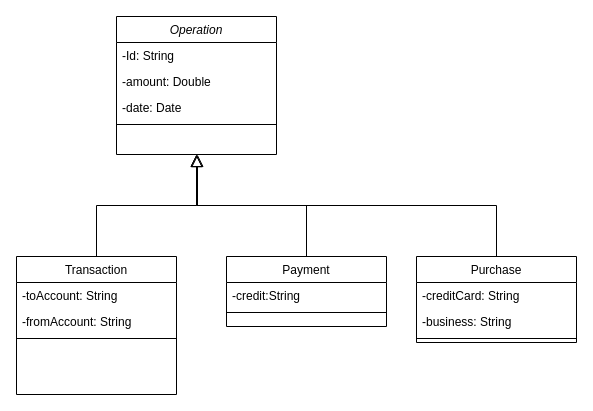
Earlier version of the draw.io diagram operations-service.drawio (DDMonzonUrrutia/bancking-diagrams). Source tidied: cells renumbered, new cells numbered last; positions are measured from the earlier drawing's top-left corner, leaving out a move shared by most shapes. Both pictures are drawn from the tidied source at 100%, with x=0, y=0 at pixel (16, 16).
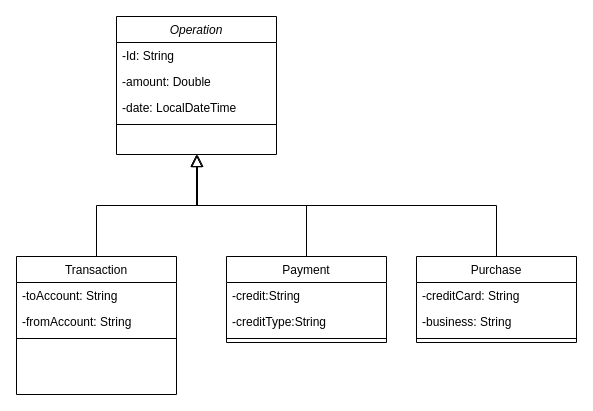
The same page after the edit.

Unchanged cells that the change refers to:
```xml
<mxCell id="2" value="Operation" style="swimlane;fontStyle=2;align=center;verticalAlign=top;horizontal=1;startSize=26;rounded=0;shadow=0;strokeWidth=1;" parent="1" vertex="1">
  <mxGeometry x="100" width="160" height="138" as="geometry" />
</mxCell>
```

Diff of the diagram source:
```diff
@@
-    <mxCell id="5" value="-date: Date" style="text;align=left;verticalAlign=top;spacingLeft=4;spacingRight=4;overflow=hidden;rounded=0;shadow=0;html=0;" parent="2" vertex="1">
+    <mxCell id="5" value="-date: LocalDateTime" style="text;align=left;verticalAlign=top;spacingLeft=4;spacingRight=4;overflow=hidden;rounded=0;shadow=0;html=0;" parent="2" vertex="1">
       <mxGeometry y="78" width="160" height="26" as="geometry" />
     </mxCell>
@@
     <mxCell id="12" value="Payment" style="swimlane;fontStyle=0;align=center;verticalAlign=top;horizontal=1;startSize=26;rounded=0;shadow=0;strokeWidth=1;" parent="1" vertex="1">
-      <mxGeometry x="210" y="240" width="160" height="70" as="geometry" />
+      <mxGeometry x="210" y="240" width="160" height="86" as="geometry" />
     </mxCell>
-    <mxCell id="13" value="-credit:String" style="text;align=left;verticalAlign=top;spacingLeft=4;spacingRight=4;overflow=hidden;" parent="12" vertex="1">
+    <mxCell id="13" value="-credit:String&#10;" style="text;align=left;verticalAlign=top;spacingLeft=4;spacingRight=4;overflow=hidden;" parent="12" vertex="1">
       <mxGeometry y="26" width="160" height="26" as="geometry" />
     </mxCell>
+    <mxCell id="21" value="-creditType:String&#10;" style="text;align=left;verticalAlign=top;spacingLeft=4;spacingRight=4;overflow=hidden;" parent="12" vertex="1">
+      <mxGeometry y="52" width="160" height="26" as="geometry" />
+    </mxCell>
     <mxCell id="14" style="line;html=1;strokeWidth=1;align=left;verticalAlign=middle;spacingTop=-1;spacingLeft=3;spacingRight=3;labelPosition=right;" parent="12" vertex="1">
-      <mxGeometry y="52" width="160" height="8" as="geometry" />
+      <mxGeometry y="78" width="160" height="8" as="geometry" />
     </mxCell>
```
